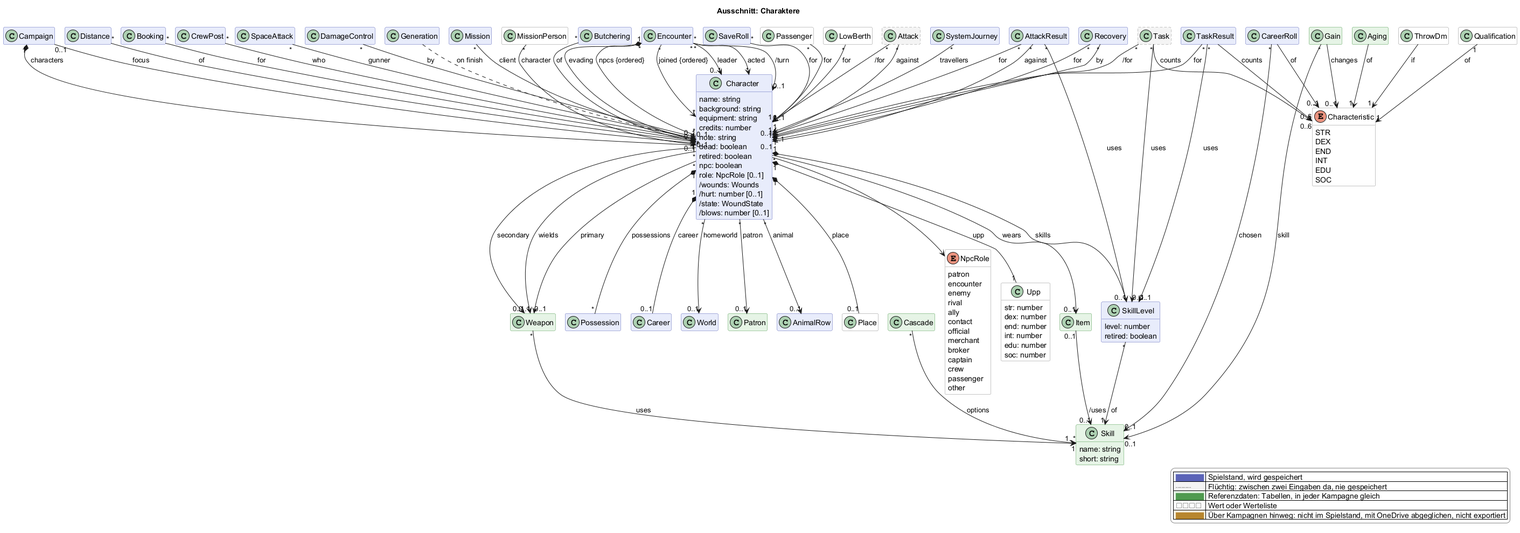
Above: docs/views/charakter.png in scuzzar/SRE (PlantUML), before the change.
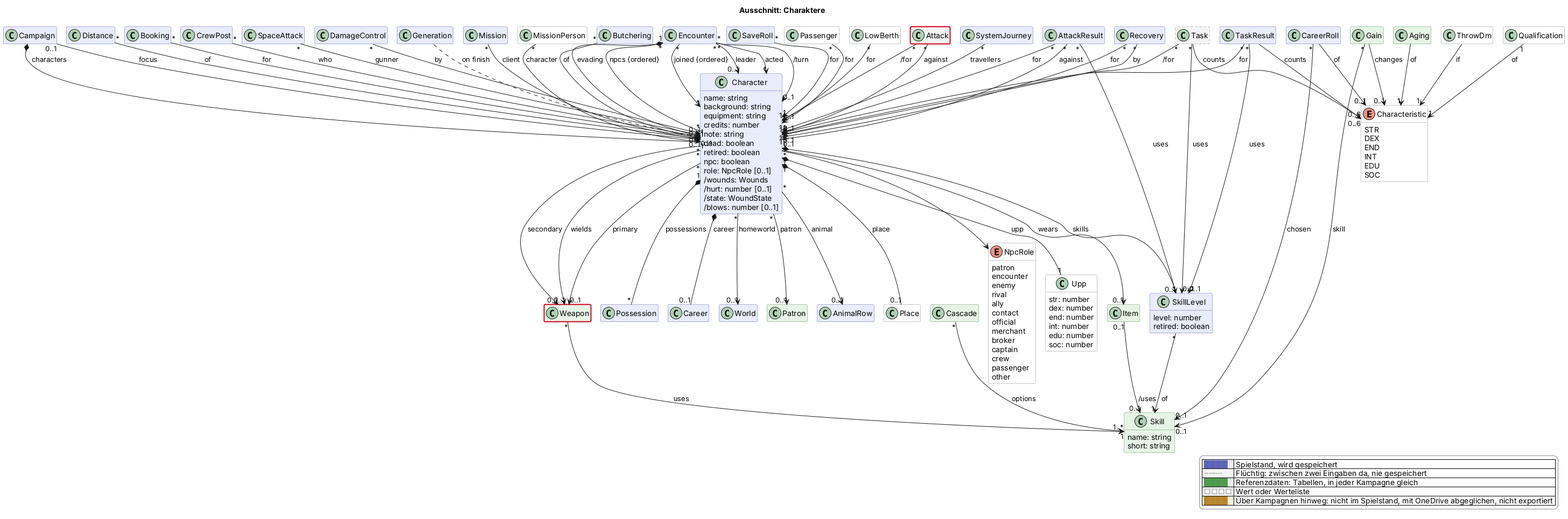
The same diagram one commit later.

What changed in the source:
```diff
@@ -247,4 +247,6 @@
   |<#ffffff> <color:#8a8a8a>□□□□</color> | Wert oder Werteliste |
   |<#fdf1dc> <color:#b8862e>████</color> | Über Kampagnen hinweg: nicht im Spielstand, mit OneDrive abgeglichen, nicht exportiert |
 endlegend
+class Attack #line:d0021b;line.bold
+class Weapon #line:d0021b;line.bold
 @enduml
```
